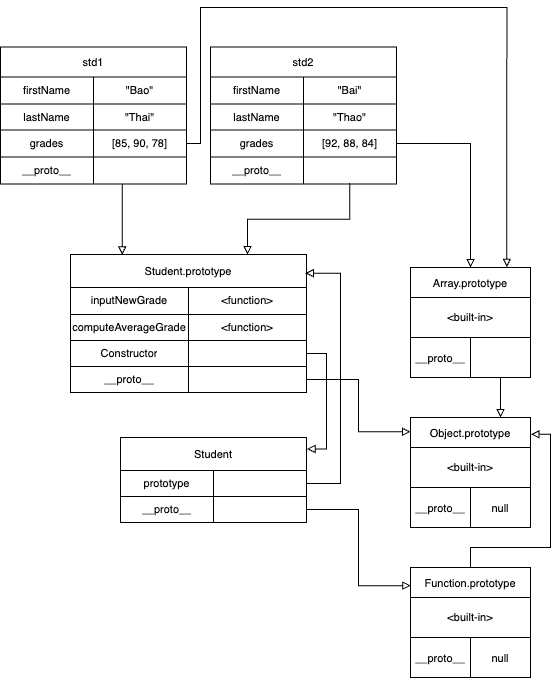
Earlier version of the draw.io export imgs/lab6_prob2.png (Chhunneng/CS472). Source tidied: cells renumbered, new cells last; positions are measured from the earlier drawing's top-left corner, leaving out a move shared by most shapes.
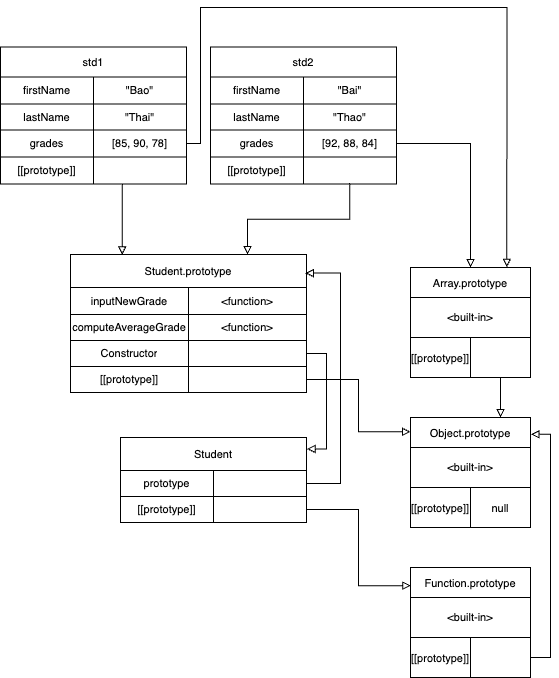
After the commit.

Change to the diagram source:
```diff
@@ -17,7 +17,7 @@
     <mxCell id="6" style="shape=tableRow;horizontal=0;startSize=0;swimlaneHead=0;swimlaneBody=0;strokeColor=inherit;top=0;left=0;bottom=0;right=0;fillColor=none;fontSize=16;" parent="3" vertex="1">
       <mxGeometry y="70" width="120" height="40" as="geometry" />
     </mxCell>
-    <mxCell id="7" value="&lt;font style=&quot;font-size: 11px;&quot;&gt;__proto__&lt;/font&gt;" style="shape=partialRectangle;html=1;whiteSpace=wrap;strokeColor=inherit;overflow=hidden;fillColor=none;top=0;left=0;bottom=0;right=0;fontSize=16;" parent="6" vertex="1">
+    <mxCell id="7" value="&lt;span style=&quot;font-size: 11px;&quot;&gt;[[prototype]]&lt;/span&gt;" style="shape=partialRectangle;html=1;whiteSpace=wrap;strokeColor=inherit;overflow=hidden;fillColor=none;top=0;left=0;bottom=0;right=0;fontSize=16;" parent="6" vertex="1">
       <mxGeometry width="60" height="40" as="geometry" />
     </mxCell>
     <mxCell id="8" value="&lt;font style=&quot;font-size: 11px;&quot;&gt;null&lt;/font&gt;" style="shape=partialRectangle;html=1;whiteSpace=wrap;strokeColor=inherit;overflow=hidden;fillColor=none;top=0;left=0;bottom=0;right=0;fontSize=16;" parent="6" vertex="1">
@@ -62,7 +62,7 @@
     <mxCell id="21" style="shape=tableRow;horizontal=0;startSize=0;swimlaneHead=0;swimlaneBody=0;strokeColor=inherit;top=0;left=0;bottom=0;right=0;fillColor=none;points=[[0,0.5],[1,0.5]];portConstraint=eastwest;fontSize=11;" parent="11" vertex="1">
       <mxGeometry y="112" width="236" height="26" as="geometry" />
     </mxCell>
-    <mxCell id="22" value="__proto__" style="shape=partialRectangle;html=1;whiteSpace=wrap;strokeColor=inherit;overflow=hidden;fillColor=none;top=0;left=0;bottom=0;right=0;fontSize=11;" parent="21" vertex="1">
+    <mxCell id="22" value="[[prototype]]" style="shape=partialRectangle;html=1;whiteSpace=wrap;strokeColor=inherit;overflow=hidden;fillColor=none;top=0;left=0;bottom=0;right=0;fontSize=11;" parent="21" vertex="1">
       <mxGeometry width="118" height="26" as="geometry" />
     </mxCell>
     <mxCell id="23" style="shape=partialRectangle;html=1;whiteSpace=wrap;strokeColor=inherit;overflow=hidden;fillColor=none;top=0;left=0;bottom=0;right=0;fontSize=11;" parent="21" vertex="1">
@@ -80,13 +80,13 @@
     <mxCell id="27" style="shape=tableRow;horizontal=0;startSize=0;swimlaneHead=0;swimlaneBody=0;strokeColor=inherit;top=0;left=0;bottom=0;right=0;fillColor=none;points=[[0,0.5],[1,0.5]];portConstraint=eastwest;fontSize=16;" parent="24" vertex="1">
       <mxGeometry y="70" width="120" height="40" as="geometry" />
     </mxCell>
-    <mxCell id="28" value="&lt;font style=&quot;font-size: 11px;&quot;&gt;__proto__&lt;/font&gt;" style="shape=partialRectangle;html=1;whiteSpace=wrap;strokeColor=inherit;overflow=hidden;fillColor=none;top=0;left=0;bottom=0;right=0;fontSize=16;" parent="27" vertex="1">
+    <mxCell id="28" value="&lt;span style=&quot;font-size: 11px;&quot;&gt;[[prototype]]&lt;/span&gt;" style="shape=partialRectangle;html=1;whiteSpace=wrap;strokeColor=inherit;overflow=hidden;fillColor=none;top=0;left=0;bottom=0;right=0;fontSize=16;" parent="27" vertex="1">
       <mxGeometry width="60" height="40" as="geometry" />
     </mxCell>
     <mxCell id="29" style="shape=partialRectangle;html=1;whiteSpace=wrap;strokeColor=inherit;overflow=hidden;fillColor=none;top=0;left=0;bottom=0;right=0;fontSize=16;" parent="27" vertex="1">
       <mxGeometry x="60" width="60" height="40" as="geometry" />
     </mxCell>
-    <mxCell id="30" style="edgeStyle=orthogonalEdgeStyle;rounded=0;jettySize=auto;html=1;exitX=1;exitY=0.5;exitDx=0;exitDy=0;entryX=0;entryY=0.114;entryDx=0;entryDy=0;entryPerimeter=0;startArrow=none;startFill=0;endArrow=block;endFill=0;" parent="1" edge="1" source="x" target="24">
+    <mxCell id="30" style="edgeStyle=orthogonalEdgeStyle;rounded=0;jettySize=auto;html=1;exitX=1;exitY=0.5;exitDx=0;exitDy=0;entryX=0;entryY=0.114;entryDx=0;entryDy=0;entryPerimeter=0;startArrow=none;startFill=0;endArrow=block;endFill=0;" parent="1" edge="1" target="24">
       <mxGeometry relative="1" as="geometry" />
     </mxCell>
     <mxCell id="31" style="edgeStyle=orthogonalEdgeStyle;rounded=0;jettySize=auto;html=1;exitX=1;exitY=0.5;exitDx=0;exitDy=0;entryX=0;entryY=0.13;entryDx=0;entryDy=0;entryPerimeter=0;endArrow=block;endFill=0;" parent="1" edge="1" source="21" target="3">
@@ -125,7 +125,7 @@
     <mxCell id="42" style="shape=tableRow;horizontal=0;startSize=0;swimlaneHead=0;swimlaneBody=0;strokeColor=inherit;top=0;left=0;bottom=0;right=0;fillColor=none;points=[[0,0.5],[1,0.5]];portConstraint=eastwest;fontSize=11;" parent="32" vertex="1">
       <mxGeometry y="110" width="186" height="27" as="geometry" />
     </mxCell>
-    <mxCell id="43" value="__proto__" style="shape=partialRectangle;html=1;whiteSpace=wrap;strokeColor=inherit;overflow=hidden;fillColor=none;top=0;left=0;bottom=0;right=0;fontSize=11;" parent="42" vertex="1">
+    <mxCell id="43" value="[[prototype]]" style="shape=partialRectangle;html=1;whiteSpace=wrap;strokeColor=inherit;overflow=hidden;fillColor=none;top=0;left=0;bottom=0;right=0;fontSize=11;" parent="42" vertex="1">
       <mxGeometry width="93" height="27" as="geometry" />
     </mxCell>
     <mxCell id="44" style="shape=partialRectangle;html=1;whiteSpace=wrap;strokeColor=inherit;overflow=hidden;fillColor=none;top=0;left=0;bottom=0;right=0;fontSize=11;" parent="42" vertex="1">
@@ -164,7 +164,7 @@
     <mxCell id="55" style="shape=tableRow;horizontal=0;startSize=0;swimlaneHead=0;swimlaneBody=0;strokeColor=inherit;top=0;left=0;bottom=0;right=0;fillColor=none;points=[[0,0.5],[1,0.5]];portConstraint=eastwest;fontSize=11;" parent="45" vertex="1">
       <mxGeometry y="110" width="186" height="27" as="geometry" />
     </mxCell>
-    <mxCell id="56" value="__proto__" style="shape=partialRectangle;html=1;whiteSpace=wrap;strokeColor=inherit;overflow=hidden;fillColor=none;top=0;left=0;bottom=0;right=0;fontSize=11;" parent="55" vertex="1">
+    <mxCell id="56" value="[[prototype]]" style="shape=partialRectangle;html=1;whiteSpace=wrap;strokeColor=inherit;overflow=hidden;fillColor=none;top=0;left=0;bottom=0;right=0;fontSize=11;" parent="55" vertex="1">
       <mxGeometry width="93" height="27" as="geometry" />
     </mxCell>
     <mxCell id="57" style="shape=partialRectangle;html=1;whiteSpace=wrap;strokeColor=inherit;overflow=hidden;fillColor=none;top=0;left=0;bottom=0;right=0;fontSize=11;" parent="55" vertex="1">
@@ -197,7 +197,7 @@
     <mxCell id="64" style="shape=tableRow;horizontal=0;startSize=0;swimlaneHead=0;swimlaneBody=0;strokeColor=inherit;top=0;left=0;bottom=0;right=0;fillColor=none;points=[[0,0.5],[1,0.5]];portConstraint=eastwest;fontSize=11;" parent="60" vertex="1">
       <mxGeometry y="59" width="186" height="26" as="geometry" />
     </mxCell>
-    <mxCell id="65" value="__proto__" style="shape=partialRectangle;html=1;whiteSpace=wrap;strokeColor=inherit;overflow=hidden;fillColor=none;top=0;left=0;bottom=0;right=0;fontSize=11;" parent="64" vertex="1">
+    <mxCell id="65" value="[[prototype]]" style="shape=partialRectangle;html=1;whiteSpace=wrap;strokeColor=inherit;overflow=hidden;fillColor=none;top=0;left=0;bottom=0;right=0;fontSize=11;" parent="64" vertex="1">
       <mxGeometry width="93" height="26" as="geometry" />
     </mxCell>
     <mxCell id="66" style="shape=partialRectangle;html=1;whiteSpace=wrap;strokeColor=inherit;overflow=hidden;fillColor=none;top=0;left=0;bottom=0;right=0;fontSize=11;" parent="64" vertex="1">
@@ -215,10 +215,10 @@
     <mxCell id="70" style="shape=tableRow;horizontal=0;startSize=0;swimlaneHead=0;swimlaneBody=0;strokeColor=inherit;top=0;left=0;bottom=0;right=0;fillColor=none;points=[[0,0.5],[1,0.5]];portConstraint=eastwest;fontSize=16;" parent="67" vertex="1">
       <mxGeometry y="70" width="120" height="40" as="geometry" />
     </mxCell>
-    <mxCell id="71" value="&lt;font style=&quot;font-size: 11px;&quot;&gt;__proto__&lt;/font&gt;" style="shape=partialRectangle;html=1;whiteSpace=wrap;strokeColor=inherit;overflow=hidden;fillColor=none;top=0;left=0;bottom=0;right=0;fontSize=16;" parent="70" vertex="1">
+    <mxCell id="71" value="&lt;span style=&quot;font-size: 11px;&quot;&gt;[[prototype]]&lt;/span&gt;" style="shape=partialRectangle;html=1;whiteSpace=wrap;strokeColor=inherit;overflow=hidden;fillColor=none;top=0;left=0;bottom=0;right=0;fontSize=16;" parent="70" vertex="1">
       <mxGeometry width="60" height="40" as="geometry" />
     </mxCell>
-    <mxCell id="72" value="&lt;font style=&quot;font-size: 11px;&quot;&gt;null&lt;/font&gt;" style="shape=partialRectangle;html=1;whiteSpace=wrap;strokeColor=inherit;overflow=hidden;fillColor=none;top=0;left=0;bottom=0;right=0;fontSize=16;" parent="70" vertex="1">
+    <mxCell id="72" style="shape=partialRectangle;html=1;whiteSpace=wrap;strokeColor=inherit;overflow=hidden;fillColor=none;top=0;left=0;bottom=0;right=0;fontSize=16;" parent="70" vertex="1">
       <mxGeometry x="60" width="60" height="40" as="geometry" />
     </mxCell>
     <mxCell id="73" style="edgeStyle=orthogonalEdgeStyle;rounded=0;jettySize=auto;html=1;exitX=1;exitY=0.5;exitDx=0;exitDy=0;entryX=0.004;entryY=0.165;entryDx=0;entryDy=0;entryPerimeter=0;endArrow=block;endFill=0;" parent="1" edge="1" source="64" target="67">
@@ -227,7 +227,7 @@
     <mxCell id="74" style="edgeStyle=orthogonalEdgeStyle;rounded=0;jettySize=auto;html=1;exitX=1;exitY=0.5;exitDx=0;exitDy=0;entryX=1.003;entryY=0.135;entryDx=0;entryDy=0;entryPerimeter=0;endArrow=block;endFill=0;" parent="1" edge="1" source="18" target="60">
       <mxGeometry relative="1" as="geometry" />
     </mxCell>
-    <mxCell id="75" style="edgeStyle=orthogonalEdgeStyle;rounded=0;jettySize=auto;html=1;exitX=0.5;exitY=0;exitDx=0;exitDy=0;entryX=1.004;entryY=0.152;entryDx=0;entryDy=0;entryPerimeter=0;endArrow=block;endFill=0;" parent="1" edge="1" source="67" target="3">
+    <mxCell id="75" style="edgeStyle=orthogonalEdgeStyle;rounded=0;jettySize=auto;html=1;exitX=1;exitY=0.5;exitDx=0;exitDy=0;entryX=1.004;entryY=0.152;entryDx=0;entryDy=0;entryPerimeter=0;endArrow=block;endFill=0;" parent="1" edge="1" source="70" target="3">
       <mxGeometry relative="1" as="geometry" />
     </mxCell>
     <mxCell id="76" style="edgeStyle=orthogonalEdgeStyle;rounded=0;jettySize=auto;html=1;exitX=1;exitY=0.5;exitDx=0;exitDy=0;entryX=0.995;entryY=0.135;entryDx=0;entryDy=0;entryPerimeter=0;endArrow=block;endFill=0;" parent="1" edge="1" source="61" target="11">
```
